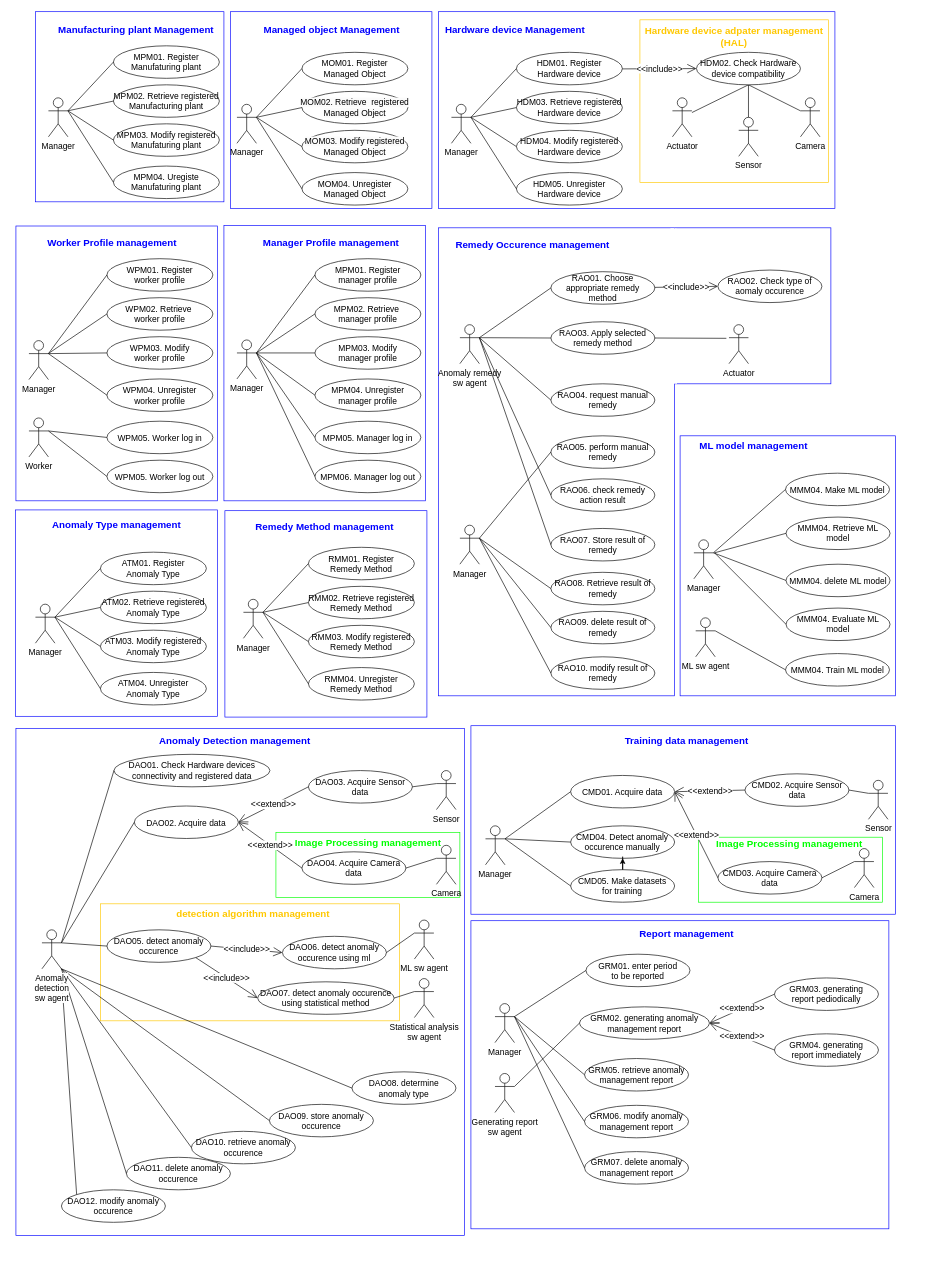
Above: usecase_diagram_refine3.drawio in ShineSoYoung/TEST (draw.io), before the change. Source tidied: cells renumbered, new cells numbered last; positions are measured from the earlier drawing's top-left corner, leaving out a move shared by most shapes. Both pictures are drawn from the tidied source at 65%, with x=0, y=0 at pixel (11, 12).
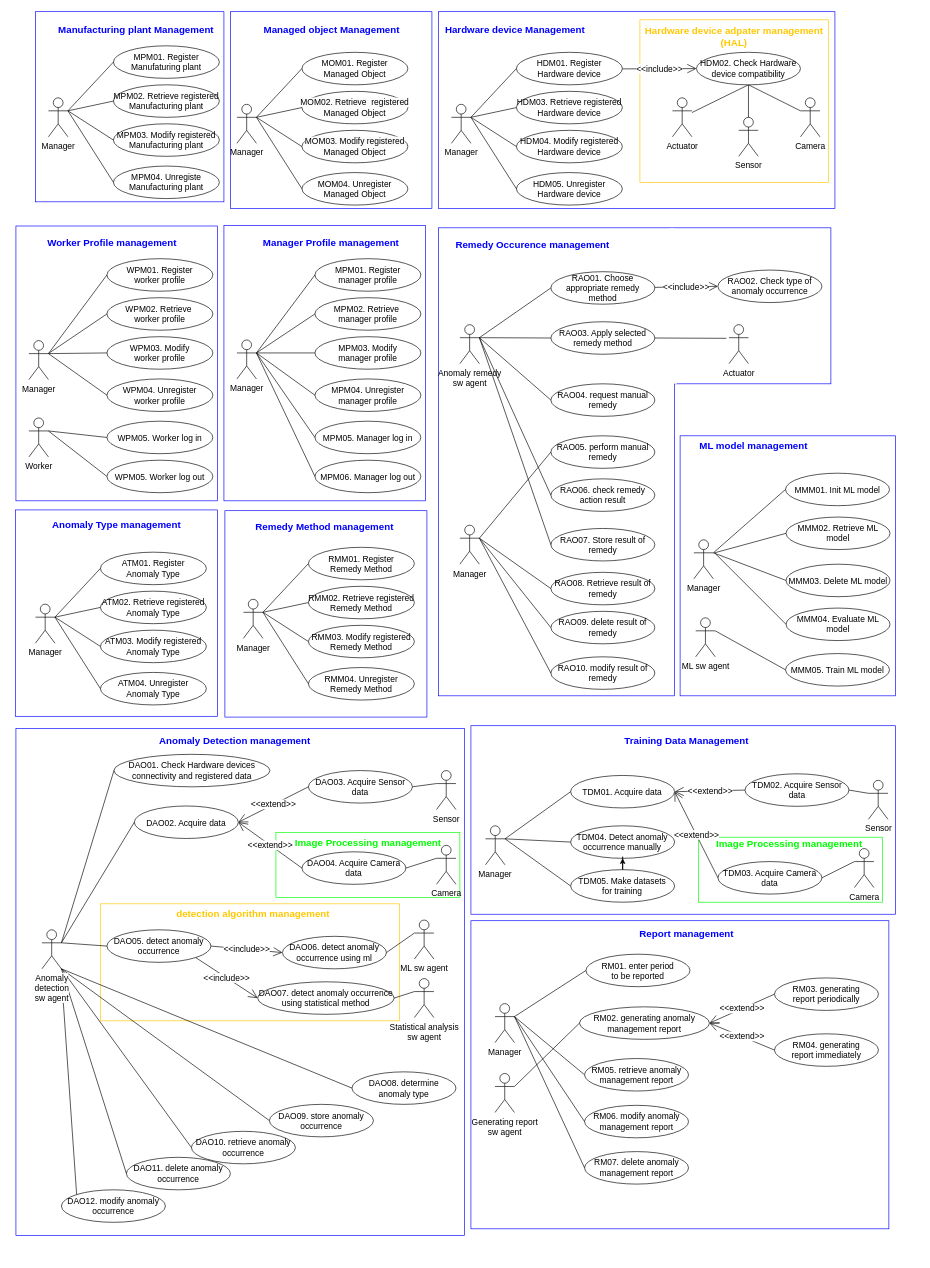
After the change.

Unchanged cells that the change refers to:
```xml
<mxCell id="2" style="group;fontSize=13;" parent="1" vertex="1">
  <mxGeometry x="1050" y="642" width="347" height="1273.5" as="geometry" />
</mxCell>
<mxCell id="82" style="group;fontSize=13;" parent="1" vertex="1">
  <mxGeometry x="57" y="12" width="292.2" height="275" as="geometry" />
</mxCell>
```

Change to the diagram source:
```diff
@@
+    <mxCell id="29" style="rounded=0;whiteSpace=wrap;html=1;fillColor=none;strokeColor=#0000ff;" parent="1" vertex="1">
+      <mxGeometry x="7" y="1102" width="690" height="780" as="geometry" />
+    </mxCell>
+    <mxCell id="31" style="rounded=0;whiteSpace=wrap;html=1;fillColor=none;strokeColor=#00ff00;" parent="1" vertex="1">
+      <mxGeometry x="1057" y="1269.5" width="283" height="100" as="geometry" />
+    </mxCell>
@@
-    <mxCell id="5" value="MMM04. Train ML model" style="ellipse;whiteSpace=wrap;html=1;fontSize=13;" parent="2" vertex="1">
+    <mxCell id="5" value="MMM05. Train ML model" style="ellipse;whiteSpace=wrap;html=1;fontSize=13;" parent="2" vertex="1">
       <mxGeometry x="141" y="345" width="160" height="50" as="geometry" />
     </mxCell>
-    <mxCell id="6" value="MMM04.&amp;nbsp;Retrieve&amp;nbsp;ML model" style="ellipse;whiteSpace=wrap;html=1;fontSize=13;" parent="2" vertex="1">
+    <mxCell id="6" value="MMM02.&amp;nbsp;Retrieve&amp;nbsp;ML model" style="ellipse;whiteSpace=wrap;html=1;fontSize=13;" parent="2" vertex="1">
       <mxGeometry x="141.8" y="135" width="160" height="50" as="geometry" />
     </mxCell>
-    <mxCell id="7" value="MMM04. delete ML model" style="ellipse;whiteSpace=wrap;html=1;fontSize=13;" parent="2" vertex="1">
+    <mxCell id="7" value="MMM03. Delete ML model" style="ellipse;whiteSpace=wrap;html=1;fontSize=13;" parent="2" vertex="1">
       <mxGeometry x="141.8" y="207.5" width="160" height="50" as="geometry" />
     </mxCell>
-    <mxCell id="8" value="MMM04. Make ML model" style="ellipse;whiteSpace=wrap;html=1;fontSize=13;" parent="2" vertex="1">
+    <mxCell id="8" value="MMM01. Init ML model" style="ellipse;whiteSpace=wrap;html=1;fontSize=13;" parent="2" vertex="1">
       <mxGeometry x="141" y="67.5" width="160" height="50" as="geometry" />
     </mxCell>
@@
-    <mxCell id="22" value="CMD03. Acquire Camera data" style="ellipse;whiteSpace=wrap;html=1;fontSize=13;" parent="2" vertex="1">
+    <mxCell id="22" value="TDM03. Acquire Camera data" style="ellipse;whiteSpace=wrap;html=1;fontSize=13;" parent="2" vertex="1">
       <mxGeometry x="37" y="665" width="160" height="50" as="geometry" />
     </mxCell>
@@
-    <mxCell id="26" value="GRM06. modify anomaly management report" style="ellipse;whiteSpace=wrap;html=1;fontSize=13;" parent="2" vertex="1">
+    <mxCell id="26" value="RM06. modify anomaly management report" style="ellipse;whiteSpace=wrap;html=1;fontSize=13;" parent="2" vertex="1">
       <mxGeometry x="-168.2" y="1040" width="160" height="50" as="geometry" />
     </mxCell>
-    <mxCell id="27" value="GRM07. delete anomaly management report" style="ellipse;whiteSpace=wrap;html=1;fontSize=13;" parent="2" vertex="1">
+    <mxCell id="27" value="RM07. delete anomaly management report" style="ellipse;whiteSpace=wrap;html=1;fontSize=13;" parent="2" vertex="1">
       <mxGeometry x="-168.2" y="1111.2" width="160" height="50" as="geometry" />
     </mxCell>
-    <mxCell id="28" value="GRM05. retrieve anomaly management report" style="ellipse;whiteSpace=wrap;html=1;fontSize=13;" parent="2" vertex="1">
+    <mxCell id="28" value="RM05. retrieve anomaly management report" style="ellipse;whiteSpace=wrap;html=1;fontSize=13;" parent="2" vertex="1">
       <mxGeometry x="-168.2" y="968" width="160" height="50" as="geometry" />
     </mxCell>
-    <mxCell id="29" style="rounded=0;whiteSpace=wrap;html=1;fillColor=none;strokeColor=#0000ff;" parent="1" vertex="1">
-      <mxGeometry x="7" y="1102" width="690" height="780" as="geometry" />
-    </mxCell>
@@
-    <mxCell id="31" style="rounded=0;whiteSpace=wrap;html=1;fillColor=none;strokeColor=#00ff00;" parent="1" vertex="1">
-      <mxGeometry x="1057" y="1269.5" width="283" height="100" as="geometry" />
-    </mxCell>
@@
-    <mxCell id="86" value="MPM03. Modify registered Manufaturing plant" style="ellipse;whiteSpace=wrap;html=1;fontSize=13;" parent="82" vertex="1">
+    <mxCell id="86" value="MPM03. Modify registered Manufacturing plant" style="ellipse;whiteSpace=wrap;html=1;fontSize=13;" parent="82" vertex="1">
       <mxGeometry x="100" y="160" width="163" height="50" as="geometry" />
     </mxCell>
-    <mxCell id="87" value="MPM04. Uregiste Manufaturing plant" style="ellipse;whiteSpace=wrap;html=1;fontSize=13;" parent="82" vertex="1">
+    <mxCell id="87" value="MPM04. Unregiste Manufacturing plant" style="ellipse;whiteSpace=wrap;html=1;fontSize=13;" parent="82" vertex="1">
       <mxGeometry x="100" y="225" width="163" height="50" as="geometry" />
     </mxCell>
@@
-    <mxCell id="138" value="DAO05. detect anomaly occurence" style="ellipse;whiteSpace=wrap;html=1;fontSize=13;" parent="1" vertex="1">
+    <mxCell id="138" value="DAO05. detect anomaly occurrence" style="ellipse;whiteSpace=wrap;html=1;fontSize=13;" parent="1" vertex="1">
       <mxGeometry x="147" y="1412" width="160" height="50" as="geometry" />
     </mxCell>
@@
-    <mxCell id="143" value="DAO10. retrieve anomaly occurence" style="ellipse;whiteSpace=wrap;html=1;fontSize=13;" parent="1" vertex="1">
+    <mxCell id="143" value="DAO10. retrieve anomaly occurrence" style="ellipse;whiteSpace=wrap;html=1;fontSize=13;" parent="1" vertex="1">
       <mxGeometry x="277" y="1722" width="160" height="50" as="geometry" />
     </mxCell>
-    <mxCell id="144" value="DAO11. delete anomaly occurence" style="ellipse;whiteSpace=wrap;html=1;fontSize=13;" parent="1" vertex="1">
+    <mxCell id="144" value="DAO11. delete anomaly occurrence" style="ellipse;whiteSpace=wrap;html=1;fontSize=13;" parent="1" vertex="1">
       <mxGeometry x="177" y="1762" width="160" height="50" as="geometry" />
     </mxCell>
-    <mxCell id="145" value="DAO12. modify anomaly occurence" style="ellipse;whiteSpace=wrap;html=1;fontSize=13;" parent="1" vertex="1">
+    <mxCell id="145" value="DAO12. modify anomaly occurrence" style="ellipse;whiteSpace=wrap;html=1;fontSize=13;" parent="1" vertex="1">
       <mxGeometry x="77" y="1812" width="160" height="50" as="geometry" />
     </mxCell>
@@
-    <mxCell id="147" value="DAO07. detect anomaly occurence using statistical method" style="ellipse;whiteSpace=wrap;html=1;fontSize=13;" parent="1" vertex="1">
+    <mxCell id="147" value="DAO07. detect anomaly occurrence using statistical method" style="ellipse;whiteSpace=wrap;html=1;fontSize=13;" parent="1" vertex="1">
       <mxGeometry x="378.9" y="1492" width="210" height="50" as="geometry" />
     </mxCell>
@@
-    <mxCell id="156" value="DAO09. store anomaly occurence" style="ellipse;whiteSpace=wrap;html=1;fontSize=13;" parent="1" vertex="1">
+    <mxCell id="156" value="DAO09. store anomaly occurrence" style="ellipse;whiteSpace=wrap;html=1;fontSize=13;" parent="1" vertex="1">
       <mxGeometry x="397" y="1680.5" width="160" height="50" as="geometry" />
     </mxCell>
@@
-    <mxCell id="165" value="CMD01. Acquire data" style="ellipse;whiteSpace=wrap;html=1;fontSize=13;" parent="1" vertex="1">
+    <mxCell id="165" value="TDM01. Acquire data" style="ellipse;whiteSpace=wrap;html=1;fontSize=13;" parent="1" vertex="1">
       <mxGeometry x="860.4" y="1174.5" width="160" height="50" as="geometry" />
     </mxCell>
-    <mxCell id="166" value="CMD02. Acquire Sensor data" style="ellipse;whiteSpace=wrap;html=1;fontSize=13;" parent="1" vertex="1">
+    <mxCell id="166" value="TDM02. Acquire Sensor data" style="ellipse;whiteSpace=wrap;html=1;fontSize=13;" parent="1" vertex="1">
       <mxGeometry x="1128.6" y="1172" width="160" height="50" as="geometry" />
     </mxCell>
@@
-    <mxCell id="171" value="CMD04. Detect anomaly occurence manually" style="ellipse;whiteSpace=wrap;html=1;fontSize=13;" parent="1" vertex="1">
+    <mxCell id="171" value="TDM04. Detect anomaly occurrence manually" style="ellipse;whiteSpace=wrap;html=1;fontSize=13;" parent="1" vertex="1">
       <mxGeometry x="860.4" y="1252" width="160" height="50" as="geometry" />
     </mxCell>
@@
-    <mxCell id="173" value="CMD05. Make datasets &lt;br style=&quot;font-size: 13px;&quot;&gt;for training" style="ellipse;whiteSpace=wrap;html=1;fontSize=13;" parent="1" vertex="1">
+    <mxCell id="173" value="TDM05. Make datasets &lt;br style=&quot;font-size: 13px;&quot;&gt;for training" style="ellipse;whiteSpace=wrap;html=1;fontSize=13;" parent="1" vertex="1">
       <mxGeometry x="860.4" y="1319.5" width="160" height="50" as="geometry" />
     </mxCell>
@@
-    <mxCell id="177" value="&lt;font color=&quot;#0000ff&quot; style=&quot;font-size: 15px;&quot;&gt;Training data management&lt;/font&gt;" style="text;html=1;strokeColor=none;fillColor=none;align=center;verticalAlign=middle;whiteSpace=wrap;rounded=0;fontStyle=1;fontSize=15;" parent="1" vertex="1">
+    <mxCell id="177" value="&lt;font color=&quot;#0000ff&quot; style=&quot;font-size: 15px;&quot;&gt;Training Data Management&lt;/font&gt;" style="text;html=1;strokeColor=none;fillColor=none;align=center;verticalAlign=middle;whiteSpace=wrap;rounded=0;fontStyle=1;fontSize=15;" parent="1" vertex="1">
       <mxGeometry x="884" y="1106" width="310" height="30" as="geometry" />
     </mxCell>
-    <mxCell id="178" value="DAO06. detect anomaly occurence using ml" style="ellipse;whiteSpace=wrap;html=1;fontSize=13;" parent="1" vertex="1">
+    <mxCell id="178" value="DAO06. detect anomaly occurrence using ml" style="ellipse;whiteSpace=wrap;html=1;fontSize=13;" parent="1" vertex="1">
       <mxGeometry x="417" y="1422" width="160" height="50" as="geometry" />
     </mxCell>
@@
-    <mxCell id="183" value="RAO02.&amp;nbsp;Check type of aomaly occurence" style="ellipse;whiteSpace=wrap;html=1;fontSize=13;" parent="1" vertex="1">
+    <mxCell id="183" value="RAO02.&amp;nbsp;Check type of anomaly occurrence" style="ellipse;whiteSpace=wrap;html=1;fontSize=13;" parent="1" vertex="1">
       <mxGeometry x="1087" y="397" width="160" height="50" as="geometry" />
     </mxCell>
@@
-    <mxCell id="212" value="GRM01. enter period &lt;br style=&quot;font-size: 13px;&quot;&gt;to be reported" style="ellipse;whiteSpace=wrap;html=1;fontSize=13;" parent="1" vertex="1">
+    <mxCell id="212" value="RM01. enter period &lt;br style=&quot;font-size: 13px;&quot;&gt;to be reported" style="ellipse;whiteSpace=wrap;html=1;fontSize=13;" parent="1" vertex="1">
       <mxGeometry x="884" y="1449.5" width="160" height="50" as="geometry" />
     </mxCell>
@@
-    <mxCell id="217" value="GRM02. generating anomaly management report" style="ellipse;whiteSpace=wrap;html=1;fontSize=13;" parent="1" vertex="1">
+    <mxCell id="217" value="RM02. generating anomaly management report" style="ellipse;whiteSpace=wrap;html=1;fontSize=13;" parent="1" vertex="1">
       <mxGeometry x="874" y="1530.5" width="200" height="50" as="geometry" />
     </mxCell>
@@
-    <mxCell id="219" value="GRM03. generating &lt;br style=&quot;font-size: 13px;&quot;&gt;report pediodically" style="ellipse;whiteSpace=wrap;html=1;fontSize=13;" parent="1" vertex="1">
+    <mxCell id="219" value="RM03. generating &lt;br style=&quot;font-size: 13px;&quot;&gt;report&amp;nbsp;periodically" style="ellipse;whiteSpace=wrap;html=1;fontSize=13;" parent="1" vertex="1">
       <mxGeometry x="1174" y="1486" width="160" height="50" as="geometry" />
     </mxCell>
-    <mxCell id="220" value="GRM04. generating &lt;br style=&quot;font-size: 13px;&quot;&gt;report immediately" style="ellipse;whiteSpace=wrap;html=1;fontSize=13;" parent="1" vertex="1">
+    <mxCell id="220" value="RM04. generating &lt;br style=&quot;font-size: 13px;&quot;&gt;report immediately" style="ellipse;whiteSpace=wrap;html=1;fontSize=13;" parent="1" vertex="1">
       <mxGeometry x="1174" y="1572" width="160" height="50" as="geometry" />
     </mxCell>
```
